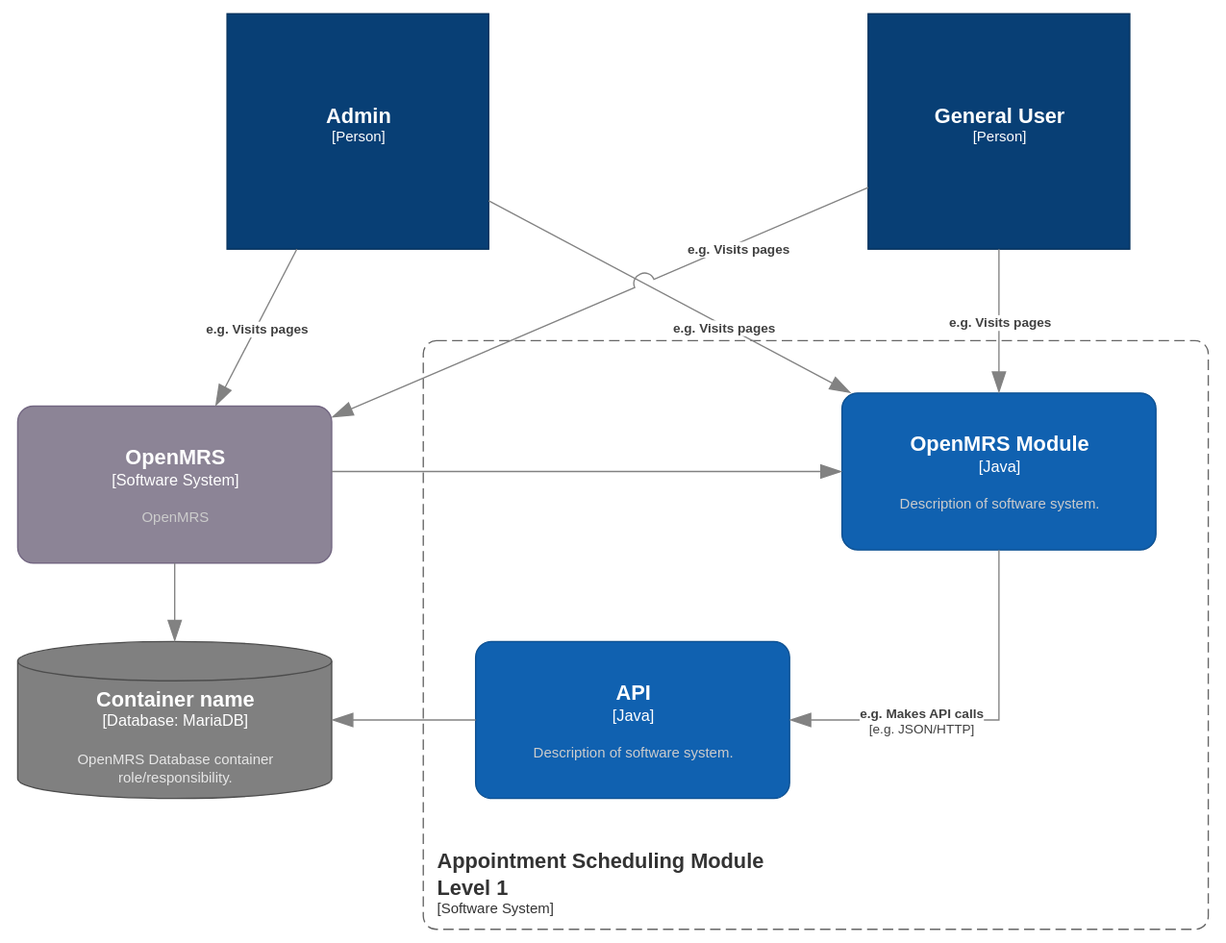
Above: content/100 Diagrams/c4 niveau 1.svg in Avans-2-4/Documentatie-Avans-2-4 (draw.io), before the change. Source tidied: cells renumbered, new cells last; positions are measured from the earlier drawing's top-left corner, leaving out a move shared by most shapes.
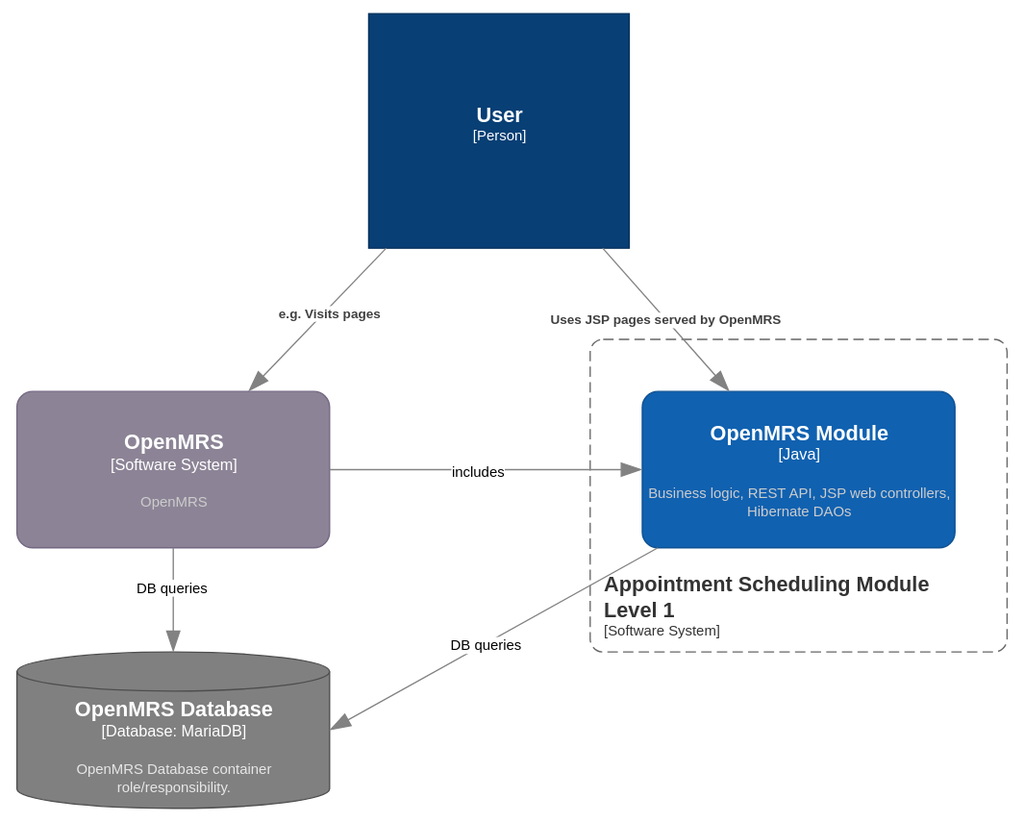
Later version of the same file.

What changed in the source:
```diff
@@ -2,89 +2,64 @@
   <root>
     <mxCell id="0" />
     <mxCell id="1" parent="0" />
-    <object id="2" label="&lt;font style=&quot;font-size: 16px&quot;&gt;&lt;b&gt;%c4Name%&lt;/b&gt;&lt;/font&gt;&lt;div&gt;[%c4Type%]&lt;/div&gt;&lt;br&gt;&lt;div&gt;&lt;font style=&quot;font-size: 11px&quot;&gt;&lt;font color=&quot;#cccccc&quot;&gt;%c4Description%&lt;/font&gt;&lt;/div&gt;" c4Description="" c4Name="General User" c4Type="Person" placeholders="1">
+    <object id="2" label="&lt;font style=&quot;font-size: 16px&quot;&gt;&lt;b&gt;%c4Name%&lt;/b&gt;&lt;/font&gt;&lt;div&gt;[%c4Type%]&lt;/div&gt;&lt;br&gt;&lt;div&gt;&lt;font style=&quot;font-size: 11px&quot;&gt;&lt;font color=&quot;#cccccc&quot;&gt;%c4Description%&lt;/font&gt;&lt;/div&gt;" c4Description="" c4Name="User" c4Type="Person" placeholders="1">
       <mxCell style="html=1;fontSize=11;dashed=0;whiteSpace=wrap;fillColor=#083F75;strokeColor=#06315C;fontColor=#ffffff;shape=mxgraph.c4.person2;align=center;points=[[0.5,0,0],[1,0.5,0],[1,0.75,0],[0.75,1,0],[0.5,1,0],[0.25,1,0],[0,0.75,0],[0,0.5,0]];" parent="1" vertex="1">
-        <mxGeometry x="650" width="200" height="180" as="geometry" />
+        <mxGeometry x="260" width="200" height="180" as="geometry" />
       </mxCell>
     </object>
-    <object id="3" label="&lt;font style=&quot;font-size: 16px&quot;&gt;&lt;b&gt;%c4Name%&lt;/b&gt;&lt;/font&gt;&lt;div&gt;[%c4Type%]&lt;/div&gt;&lt;br&gt;&lt;div&gt;&lt;font style=&quot;font-size: 11px&quot;&gt;&lt;font color=&quot;#cccccc&quot;&gt;%c4Description%&lt;/font&gt;&lt;/div&gt;" c4Description="" c4Name="Admin" c4Type="Person" placeholders="1">
-      <mxCell style="html=1;fontSize=11;dashed=0;whiteSpace=wrap;fillColor=#083F75;strokeColor=#06315C;fontColor=#ffffff;shape=mxgraph.c4.person2;align=center;points=[[0.5,0,0],[1,0.5,0],[1,0.75,0],[0.75,1,0],[0.5,1,0],[0.25,1,0],[0,0.75,0],[0,0.5,0]];" parent="1" vertex="1">
-        <mxGeometry x="160" width="200" height="180" as="geometry" />
-      </mxCell>
-    </object>
     <object id="4" label="&lt;font style=&quot;font-size: 16px&quot;&gt;&lt;b&gt;&lt;div style=&quot;text-align: left&quot;&gt;%c4Name%&lt;/div&gt;&lt;/b&gt;&lt;/font&gt;&lt;div style=&quot;text-align: left&quot;&gt;[%c4Application%]&lt;/div&gt;" c4Application="Software System" c4Name="Appointment Scheduling Module&#10;Level 1" c4Type="SystemScopeBoundary" placeholders="1">
       <mxCell style="rounded=1;fontSize=11;whiteSpace=wrap;html=1;dashed=1;arcSize=20;fillColor=none;strokeColor=#666666;fontColor=#333333;labelBackgroundColor=none;align=left;verticalAlign=bottom;labelBorderColor=none;spacingTop=0;spacing=10;dashPattern=8 4;perimeter=rectanglePerimeter;noLabel=0;labelPadding=0;absoluteArcSize=1;" parent="1" vertex="1">
-        <mxGeometry x="310" y="250" width="600" height="450" as="geometry" />
+        <mxGeometry x="430" y="250" width="320" height="240" as="geometry" />
       </mxCell>
     </object>
-    <object id="5" label="&lt;font style=&quot;font-size: 16px&quot;&gt;&lt;b&gt;%c4Name%&lt;/b&gt;&lt;/font&gt;&lt;div&gt;[%c4Type%]&lt;/div&gt;&lt;br&gt;&lt;div&gt;&lt;font style=&quot;font-size: 11px&quot;&gt;&lt;font color=&quot;#cccccc&quot;&gt;%c4Description%&lt;/font&gt;&lt;/div&gt;" c4Description="Description of software system." c4Name="API" c4Type="Java" placeholders="1">
-      <mxCell style="rounded=1;whiteSpace=wrap;html=1;labelBackgroundColor=none;fillColor=#1061B0;fontColor=#ffffff;align=center;arcSize=10;strokeColor=#0D5091;points=[[0.25,0,0],[0.5,0,0],[0.75,0,0],[1,0.25,0],[1,0.5,0],[1,0.75,0],[0.75,1,0],[0.5,1,0],[0.25,1,0],[0,0.75,0],[0,0.5,0],[0,0.25,0]];" parent="1" vertex="1">
-        <mxGeometry x="350" y="480" width="240" height="120" as="geometry" />
-      </mxCell>
-    </object>
     <object id="6" label="&lt;font style=&quot;font-size: 16px&quot;&gt;&lt;b&gt;%c4Name%&lt;/b&gt;&lt;/font&gt;&lt;div&gt;[%c4Type%]&lt;/div&gt;&lt;br&gt;&lt;div&gt;&lt;font style=&quot;font-size: 11px&quot;&gt;&lt;font color=&quot;#cccccc&quot;&gt;%c4Description%&lt;/font&gt;&lt;/div&gt;" c4Description="OpenMRS" c4Name="OpenMRS" c4Type="Software System" placeholders="1">
       <mxCell style="rounded=1;whiteSpace=wrap;html=1;labelBackgroundColor=none;fillColor=#8C8496;fontColor=#ffffff;align=center;arcSize=10;strokeColor=#736782;points=[[0.25,0,0],[0.5,0,0],[0.75,0,0],[1,0.25,0],[1,0.5,0],[1,0.75,0],[0.75,1,0],[0.5,1,0],[0.25,1,0],[0,0.75,0],[0,0.5,0],[0,0.25,0]];" parent="1" vertex="1">
-        <mxGeometry y="300" width="240" height="120" as="geometry" />
+        <mxGeometry x="-10" y="290" width="240" height="120" as="geometry" />
       </mxCell>
     </object>
-    <object id="7" label="&lt;font style=&quot;font-size: 16px&quot;&gt;&lt;b&gt;%c4Type%&lt;/b&gt;&lt;/font&gt;&lt;div&gt;[%c4Container%:&amp;nbsp;%c4Technology%]&lt;/div&gt;&lt;br&gt;&lt;div&gt;&lt;font style=&quot;font-size: 11px&quot;&gt;&lt;font color=&quot;#E6E6E6&quot;&gt;%c4Description%&lt;/font&gt;&lt;/div&gt;" c4Container="Database" c4Description="OpenMRS Database container role/responsibility." c4Technology="MariaDB" c4Type="Container name" placeholders="1">
+    <object id="7" label="&lt;font style=&quot;font-size: 16px&quot;&gt;&lt;b&gt;%c4Type%&lt;/b&gt;&lt;/font&gt;&lt;div&gt;[%c4Container%:&amp;nbsp;%c4Technology%]&lt;/div&gt;&lt;br&gt;&lt;div&gt;&lt;font style=&quot;font-size: 11px&quot;&gt;&lt;font color=&quot;#E6E6E6&quot;&gt;%c4Description%&lt;/font&gt;&lt;/div&gt;" c4Container="Database" c4Description="OpenMRS Database container role/responsibility." c4Technology="MariaDB" c4Type="OpenMRS Database" placeholders="1">
       <mxCell style="shape=cylinder3;size=15;whiteSpace=wrap;html=1;boundedLbl=1;rounded=0;labelBackgroundColor=none;fillColor=#808080;fontSize=12;fontColor=#ffffff;align=center;strokeColor=#4D4D4D;points=[[0.5,0,0],[1,0.25,0],[1,0.5,0],[1,0.75,0],[0.5,1,0],[0,0.75,0],[0,0.5,0],[0,0.25,0]];" parent="1" vertex="1">
-        <mxGeometry y="480" width="240" height="120" as="geometry" />
+        <mxGeometry x="-10" y="490" width="240" height="120" as="geometry" />
       </mxCell>
     </object>
-    <object id="8" label="&lt;font style=&quot;font-size: 16px&quot;&gt;&lt;b&gt;%c4Name%&lt;/b&gt;&lt;/font&gt;&lt;div&gt;[%c4Type%]&lt;/div&gt;&lt;br&gt;&lt;div&gt;&lt;font style=&quot;font-size: 11px&quot;&gt;&lt;font color=&quot;#cccccc&quot;&gt;%c4Description%&lt;/font&gt;&lt;/div&gt;" c4Description="Description of software system." c4Name="OpenMRS Module" c4Type="Java" placeholders="1">
+    <object id="8" label="&lt;font style=&quot;font-size: 16px&quot;&gt;&lt;b&gt;%c4Name%&lt;/b&gt;&lt;/font&gt;&lt;div&gt;[%c4Type%]&lt;/div&gt;&lt;br&gt;&lt;div&gt;&lt;font style=&quot;font-size: 11px&quot;&gt;&lt;font color=&quot;#cccccc&quot;&gt;%c4Description%&lt;/font&gt;&lt;/div&gt;" c4Description="Business logic, REST API, JSP web controllers, Hibernate DAOs" c4Name="OpenMRS Module" c4Type="Java" placeholders="1">
       <mxCell style="rounded=1;whiteSpace=wrap;html=1;labelBackgroundColor=none;fillColor=#1061B0;fontColor=#ffffff;align=center;arcSize=10;strokeColor=#0D5091;points=[[0.25,0,0],[0.5,0,0],[0.75,0,0],[1,0.25,0],[1,0.5,0],[1,0.75,0],[0.75,1,0],[0.5,1,0],[0.25,1,0],[0,0.75,0],[0,0.5,0],[0,0.25,0]];" parent="1" vertex="1">
-        <mxGeometry x="630" y="290" width="240" height="120" as="geometry" />
+        <mxGeometry x="470" y="290" width="240" height="120" as="geometry" />
       </mxCell>
     </object>
-    <object id="9" label="&lt;div style=&quot;text-align: left&quot;&gt;&lt;div style=&quot;text-align: center&quot;&gt;&lt;b&gt;%c4Description%&lt;/b&gt;&lt;/div&gt;&lt;div style=&quot;text-align: center&quot;&gt;[%c4Technology%]&lt;/div&gt;&lt;/div&gt;" c4Description="e.g. Makes API calls" c4Technology="e.g. JSON/HTTP" c4Type="Relationship" placeholders="1">
-      <mxCell style="endArrow=blockThin;html=1;fontSize=10;fontColor=#404040;strokeWidth=1;endFill=1;strokeColor=#828282;elbow=vertical;endSize=14;startSize=14;jumpStyle=arc;jumpSize=16;rounded=0;edgeStyle=orthogonalEdgeStyle;" parent="1" edge="1" source="8" target="5">
-        <mxGeometry x="0.31" relative="1" as="geometry">
-          <Array as="points">
-            <mxPoint x="750" y="540" />
-          </Array>
-        </mxGeometry>
-      </mxCell>
-    </object>
-    <object id="10" label="" c4Type="Relationship" placeholders="1">
-      <mxCell style="endArrow=blockThin;html=1;fontSize=10;fontColor=#404040;strokeWidth=1;endFill=1;strokeColor=#828282;elbow=vertical;endSize=14;startSize=14;jumpStyle=arc;jumpSize=16;rounded=0;edgeStyle=orthogonalEdgeStyle;" parent="1" edge="1" source="5" target="7">
-        <mxGeometry relative="1" as="geometry" />
-      </mxCell>
-    </object>
-    <object id="11" label="" c4Type="Relationship" placeholders="1">
-      <mxCell style="endArrow=blockThin;html=1;fontSize=10;fontColor=#404040;strokeWidth=1;endFill=1;strokeColor=#828282;elbow=vertical;endSize=14;startSize=14;jumpStyle=arc;jumpSize=16;rounded=0;edgeStyle=orthogonalEdgeStyle;" parent="1" edge="1" source="6" target="8">
-        <mxGeometry relative="1" as="geometry">
-          <Array as="points">
-            <mxPoint x="330" y="350" />
-            <mxPoint x="330" y="350" />
-          </Array>
-        </mxGeometry>
-      </mxCell>
-    </object>
     <object id="12" label="" c4Type="Relationship" placeholders="1">
-      <mxCell style="endArrow=blockThin;html=1;fontSize=10;fontColor=#404040;strokeWidth=1;endFill=1;strokeColor=#828282;elbow=vertical;endSize=14;startSize=14;jumpStyle=arc;jumpSize=16;rounded=0;edgeStyle=orthogonalEdgeStyle;" parent="1" edge="1" source="6" target="7">
+      <mxCell style="endArrow=blockThin;html=1;fontSize=10;fontColor=#404040;strokeWidth=1;endFill=1;strokeColor=#828282;elbow=vertical;endSize=14;startSize=14;jumpStyle=arc;jumpSize=16;rounded=0;edgeStyle=orthogonalEdgeStyle;startArrow=none;startFill=0;" parent="1" edge="1" source="6" target="7">
         <mxGeometry relative="1" as="geometry" />
       </mxCell>
     </object>
-    <object id="13" label="&lt;div style=&quot;text-align: left&quot;&gt;&lt;div style=&quot;text-align: center&quot;&gt;&lt;b&gt;%c4Description%&lt;/b&gt;&lt;/div&gt;" c4Description="e.g. Visits pages" c4Type="Relationship" placeholders="1">
-      <mxCell style="endArrow=blockThin;html=1;fontSize=10;fontColor=#404040;strokeWidth=1;endFill=1;strokeColor=#828282;elbow=vertical;endSize=14;startSize=14;jumpStyle=arc;jumpSize=16;rounded=0;" parent="1" edge="1" source="3" target="8">
-        <mxGeometry x="0.3" y="-1" relative="1" as="geometry" />
-      </mxCell>
-    </object>
+    <mxCell id="17" value="DB queries" style="edgeLabel;html=1;align=center;verticalAlign=middle;" parent="12" vertex="1">
+      <mxGeometry x="-0.25" y="-2" relative="1" as="geometry" />
+    </mxCell>
+    <object id="16" label="&lt;div style=&quot;text-align: left&quot;&gt;&lt;div style=&quot;text-align: center&quot;&gt;&lt;b&gt;%c4Description%&lt;/b&gt;&lt;/div&gt;" c4Description="e.g. Visits pages" c4Type="Relationship" placeholders="1">
+      <mxCell style="endArrow=blockThin;html=1;fontSize=10;fontColor=#404040;strokeWidth=1;endFill=1;strokeColor=#828282;elbow=vertical;endSize=14;startSize=14;jumpStyle=arc;jumpSize=16;rounded=0;" parent="1" edge="1" source="2" target="6">
+        <mxGeometry x="-0.13" y="3" relative="1" as="geometry" />
+      </mxCell>
+    </object>
-    <object id="14" label="&lt;div style=&quot;text-align: left&quot;&gt;&lt;div style=&quot;text-align: center&quot;&gt;&lt;b&gt;%c4Description%&lt;/b&gt;&lt;/div&gt;" c4Description="e.g. Visits pages" c4Type="Relationship" placeholders="1">
-      <mxCell style="endArrow=blockThin;html=1;fontSize=10;fontColor=#404040;strokeWidth=1;endFill=1;strokeColor=#828282;elbow=vertical;endSize=14;startSize=14;jumpStyle=arc;jumpSize=16;rounded=0;edgeStyle=orthogonalEdgeStyle;" parent="1" edge="1" source="2" target="8">
+    <object id="14" label="&lt;div style=&quot;text-align: left&quot;&gt;&lt;div style=&quot;text-align: center&quot;&gt;&lt;b&gt;%c4Description%&lt;/b&gt;&lt;/div&gt;" c4Description="Uses JSP pages served by OpenMRS" c4Type="Relationship" placeholders="1">
+      <mxCell style="endArrow=blockThin;html=1;fontSize=10;fontColor=#404040;strokeWidth=1;endFill=1;strokeColor=#828282;elbow=vertical;endSize=14;startSize=14;jumpStyle=arc;jumpSize=16;rounded=0;" parent="1" edge="1" source="2" target="8">
         <mxGeometry relative="1" as="geometry" />
       </mxCell>
     </object>
-    <object id="15" label="&lt;div style=&quot;text-align: left&quot;&gt;&lt;div style=&quot;text-align: center&quot;&gt;&lt;b&gt;%c4Description%&lt;/b&gt;&lt;/div&gt;" c4Description="e.g. Visits pages" c4Type="Relationship" placeholders="1">
-      <mxCell style="endArrow=blockThin;html=1;fontSize=10;fontColor=#404040;strokeWidth=1;endFill=1;strokeColor=#828282;elbow=vertical;endSize=14;startSize=14;jumpStyle=arc;jumpSize=16;rounded=0;" parent="1" edge="1" source="3" target="6">
-        <mxGeometry relative="1" as="geometry" />
-      </mxCell>
-    </object>
-    <object id="16" label="&lt;div style=&quot;text-align: left&quot;&gt;&lt;div style=&quot;text-align: center&quot;&gt;&lt;b&gt;%c4Description%&lt;/b&gt;&lt;/div&gt;" c4Description="e.g. Visits pages" c4Type="Relationship" placeholders="1">
-      <mxCell style="endArrow=blockThin;html=1;fontSize=10;fontColor=#404040;strokeWidth=1;endFill=1;strokeColor=#828282;elbow=vertical;endSize=14;startSize=14;jumpStyle=arc;jumpSize=16;rounded=0;" parent="1" edge="1" source="2" target="6">
-        <mxGeometry x="-0.5" y="4" relative="1" as="geometry" />
-      </mxCell>
-    </object>
+    <object id="18" label="" c4Type="Relationship" placeholders="1">
+      <mxCell style="endArrow=none;html=1;fontSize=10;fontColor=#404040;strokeWidth=1;endFill=0;strokeColor=#828282;elbow=vertical;endSize=14;startSize=14;jumpStyle=arc;jumpSize=16;rounded=0;startArrow=blockThin;startFill=1;" parent="1" edge="1" source="8" target="6">
+        <mxGeometry relative="1" as="geometry" />
+      </mxCell>
+    </object>
+    <mxCell id="19" value="includes" style="edgeLabel;html=1;align=center;verticalAlign=middle;" parent="18" vertex="1">
+      <mxGeometry x="0.06" y="1" relative="1" as="geometry" />
+    </mxCell>
+    <object id="20" label="" c4Type="Relationship" placeholders="1">
+      <mxCell style="endArrow=none;html=1;fontSize=10;fontColor=#404040;strokeWidth=1;endFill=0;strokeColor=#828282;elbow=vertical;endSize=14;startSize=14;jumpStyle=arc;jumpSize=16;rounded=0;exitX=1;exitY=0.5;exitDx=0;exitDy=0;exitPerimeter=0;startArrow=blockThin;startFill=1;" parent="1" edge="1" source="7" target="8">
+        <mxGeometry relative="1" as="geometry" />
+      </mxCell>
+    </object>
+    <mxCell id="21" value="DB queries" style="edgeLabel;html=1;align=center;verticalAlign=middle;" parent="20" vertex="1">
+      <mxGeometry x="-0.06" relative="1" as="geometry" />
+    </mxCell>
   </root>
 </mxGraphModel>
```
